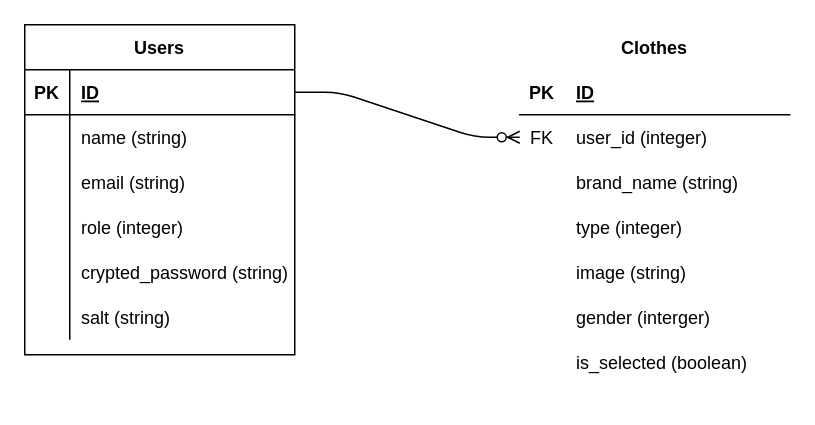
This is er.drawio from kaze0000/LOOK, a draw.io file, before an edit. Source tidied: cells renumbered, new cells numbered last; positions are measured from the earlier drawing's top-left corner, leaving out a move shared by most shapes. Both pictures are drawn from the tidied source at 150%, with x=0, y=0 at pixel (24, 24).
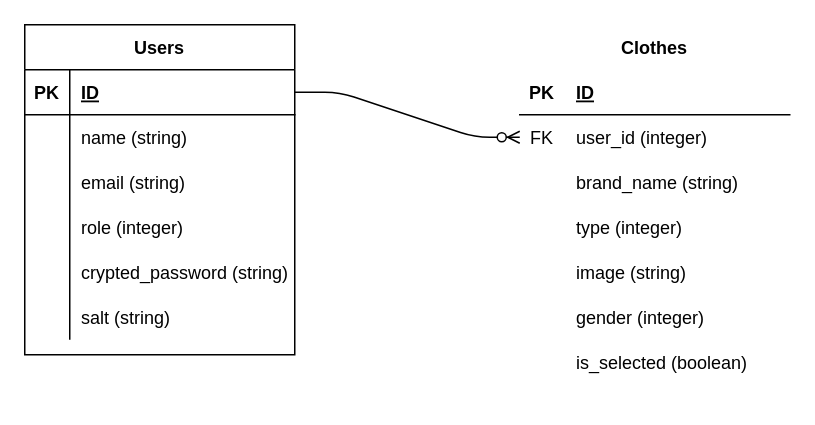
Above is the later version.

Unchanged cells that the change refers to:
```xml
<mxCell id="37" style="shape=partialRectangle;fillColor=none;top=0;left=0;bottom=0;right=0;" parent="21" vertex="1">
  <mxGeometry y="180" width="180" height="30" as="geometry" />
</mxCell>
```

Change to the diagram source:
```diff
@@
-    <mxCell id="39" value="gender (interger)" style="shape=partialRectangle;fillColor=none;top=0;left=0;bottom=0;right=0;align=left;spacingLeft=6;overflow=hidden;" parent="37" vertex="1">
+    <mxCell id="39" value="gender (integer)" style="shape=partialRectangle;fillColor=none;top=0;left=0;bottom=0;right=0;align=left;spacingLeft=6;overflow=hidden;" parent="37" vertex="1">
       <mxGeometry x="30" width="150" height="30" as="geometry" />
     </mxCell>
```
